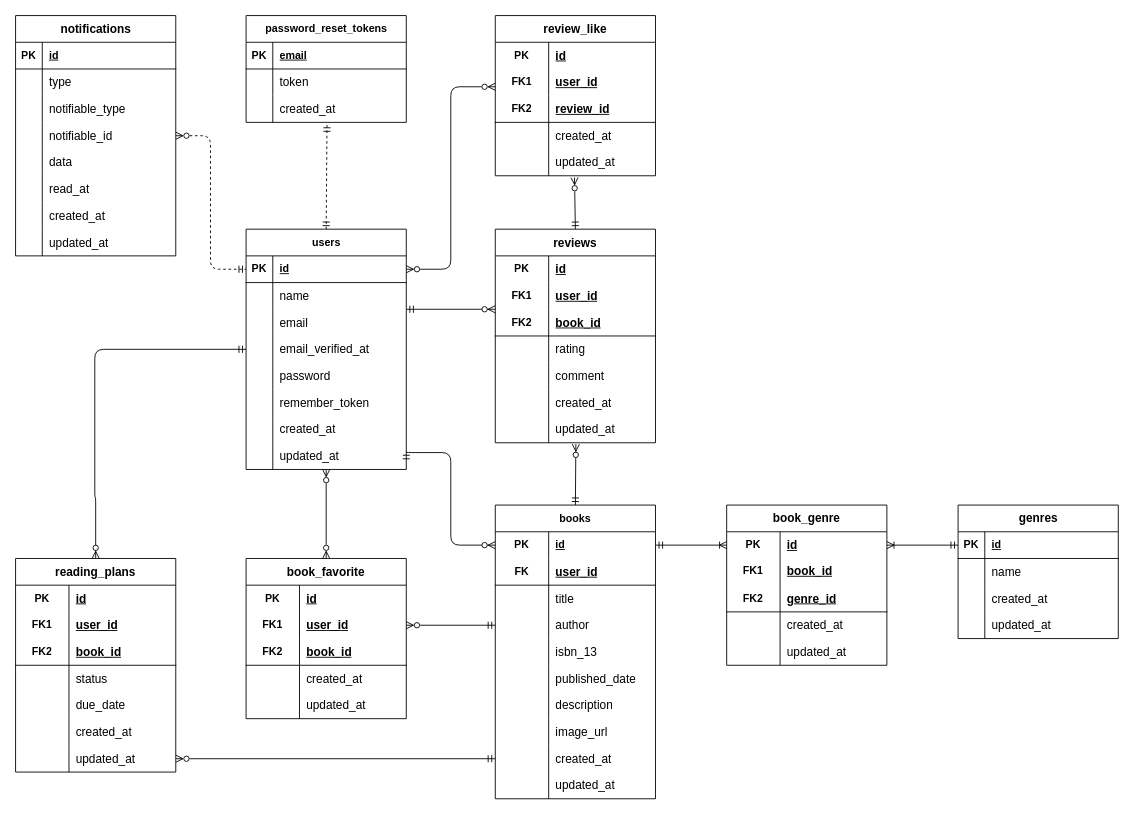
Above: index.drawio in TakakazuSekiguchi/bookshelf-app (draw.io), before the change. Source tidied: cells renumbered, new cells numbered last; positions are measured from the earlier drawing's top-left corner, leaving out a move shared by most shapes. Both pictures are drawn from the tidied source at 89%, with x=0, y=0 at pixel (15, 15).
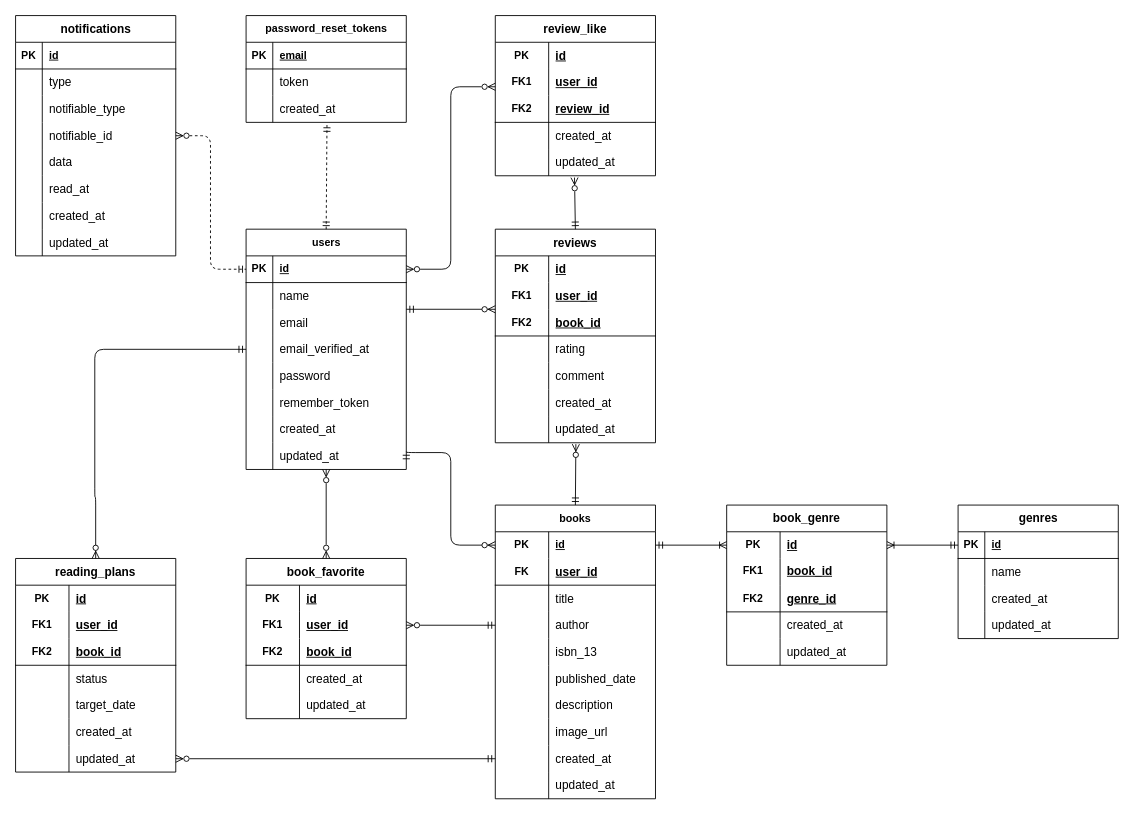
The same page after the edit.

The change refers to these unchanged cells:
```xml
<mxCell id="148" style="shape=tableRow;horizontal=0;startSize=0;swimlaneHead=0;swimlaneBody=0;fillColor=none;top=0;left=0;right=0;bottom=0;html=1;rounded=0;" parent="135" vertex="1">
  <mxGeometry y="150" width="180" height="30" as="geometry" />
</mxCell>
```

The edit, as a diff of the source:
```diff
@@
-    <mxCell id="150" value="&lt;span style=&quot;color: rgb(0, 0, 0); font-size: 10pt; font-family: Arial;&quot;&gt;due_date&lt;/span&gt;" style="shape=partialRectangle;fillColor=none;top=0;left=0;bottom=0;right=0;align=left;spacingLeft=6;overflow=hidden;html=1;whiteSpace=wrap;rounded=0;" parent="148" vertex="1">
+    <mxCell id="150" value="&lt;span style=&quot;color: rgb(0, 0, 0); font-size: 10pt; font-family: Arial;&quot;&gt;target_date&lt;/span&gt;" style="shape=partialRectangle;fillColor=none;top=0;left=0;bottom=0;right=0;align=left;spacingLeft=6;overflow=hidden;html=1;whiteSpace=wrap;rounded=0;" parent="148" vertex="1">
       <mxGeometry x="60" width="120" height="30" as="geometry" />
     </mxCell>
```
